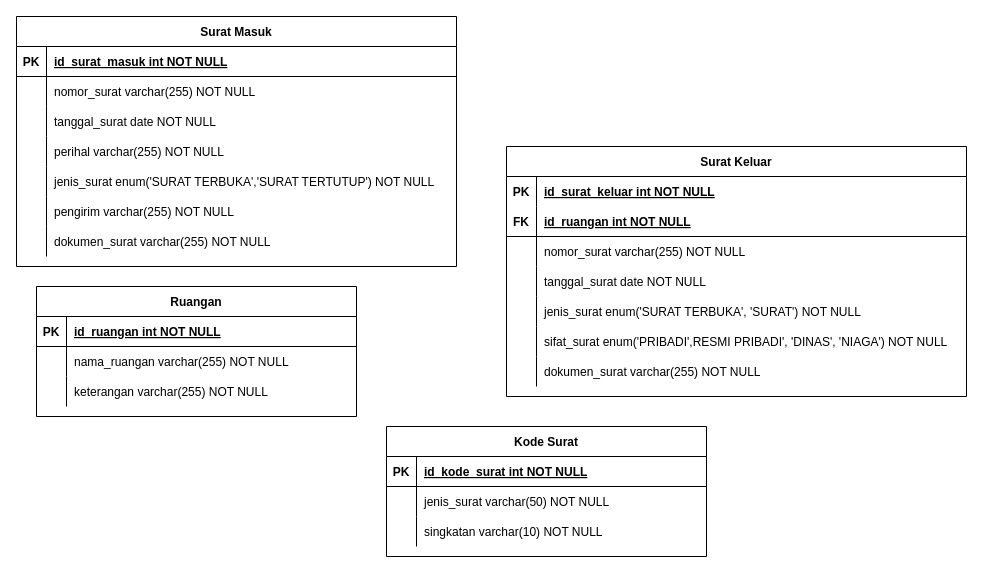
Earlier version of the draw.io diagram Database Schema.drawio (yafizh/Surat-Masuk-Surat-Keluar). Source tidied: cells renumbered, new cells numbered last; positions are measured from the earlier drawing's top-left corner, leaving out a move shared by most shapes. Both pictures are drawn from the tidied source at 100%, with x=0, y=0 at pixel (16, 16).
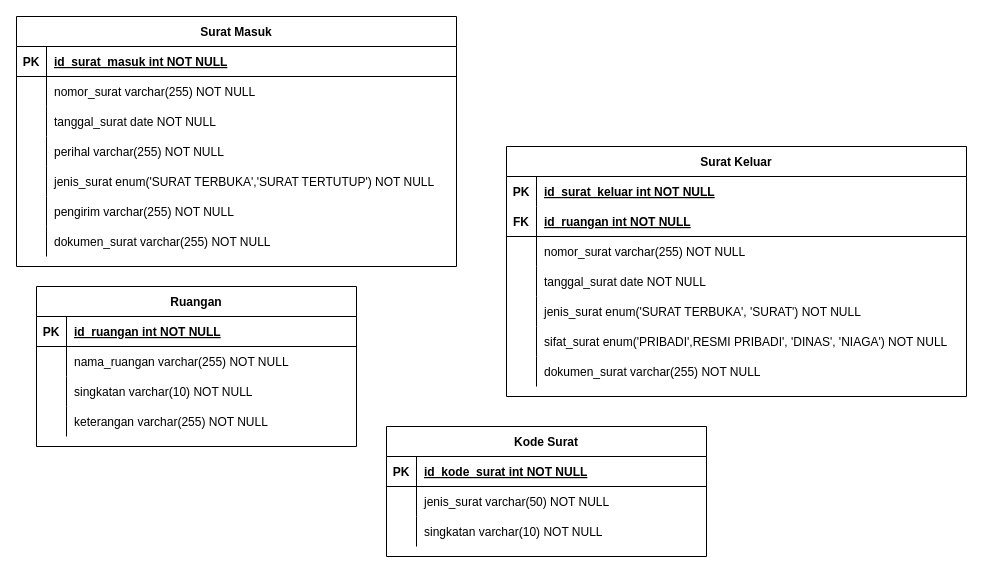
The same page after the edit.

Commit message (it also covers changes not shown here):
add new column in ruangan table

The edit, as a diff of the source:
```diff
@@
     <mxCell id="46" value="Ruangan" style="shape=table;startSize=30;childLayout=tableLayout;rowLines=0;fontStyle=1;align=center;" parent="1" vertex="1">
-      <mxGeometry x="20" y="270" width="320" height="130" as="geometry" />
+      <mxGeometry x="20" y="270" width="320" height="160" as="geometry" />
     </mxCell>
@@
+    <mxCell id="66" style="shape=partialRectangle;fillColor=none;top=0;left=0;right=0;bottom=0;" parent="46" vertex="1">
+      <mxGeometry y="90" width="320" height="30" as="geometry" />
+    </mxCell>
+    <mxCell id="67" style="shape=partialRectangle;overflow=hidden;fillColor=none;top=0;left=0;bottom=0;right=0;" parent="66" vertex="1">
+      <mxGeometry width="30" height="30" as="geometry" />
+    </mxCell>
+    <mxCell id="68" value="singkatan varchar(10) NOT NULL" style="shape=partialRectangle;overflow=hidden;fillColor=none;top=0;left=0;bottom=0;right=0;align=left;spacingLeft=6;" parent="66" vertex="1">
+      <mxGeometry x="30" width="290" height="30" as="geometry" />
+    </mxCell>
     <mxCell id="53" style="shape=partialRectangle;fillColor=none;top=0;left=0;right=0;bottom=0;" parent="46" vertex="1">
-      <mxGeometry y="90" width="320" height="30" as="geometry" />
+      <mxGeometry y="120" width="320" height="30" as="geometry" />
     </mxCell>
```
